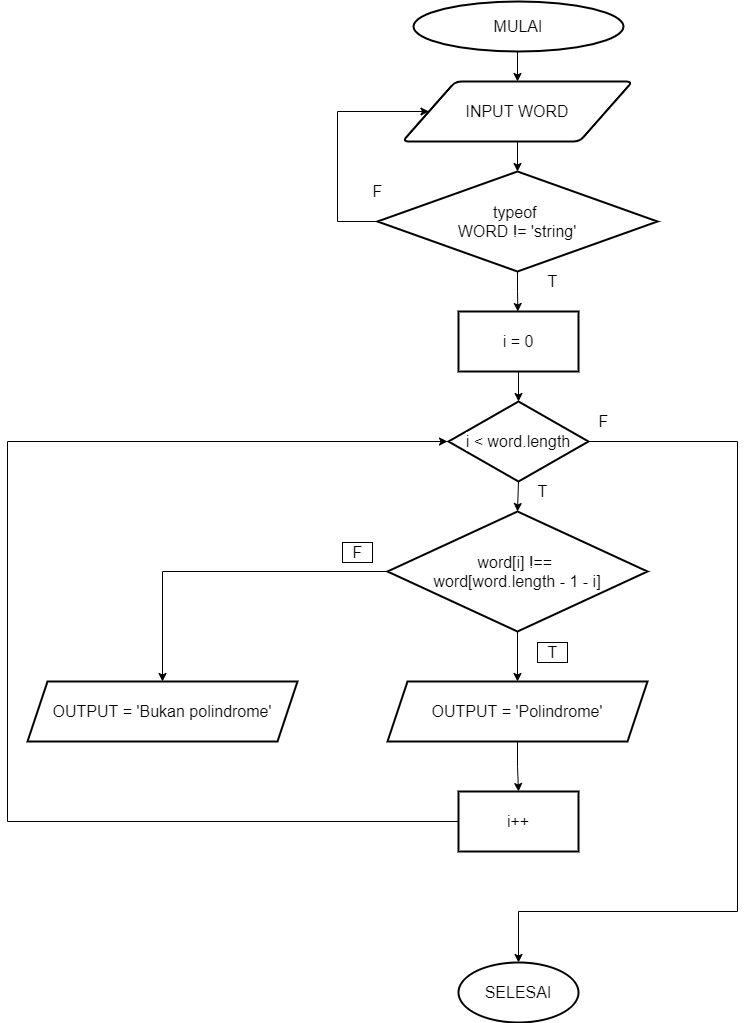
This is Flowchart-2-polindrome.png from dindachyfr/algorithm-flowchart, a draw.io export, as it was before one commit. Source tidied: cells renumbered, new cells last; positions are measured from the earlier drawing's top-left corner, leaving out a move shared by most shapes.
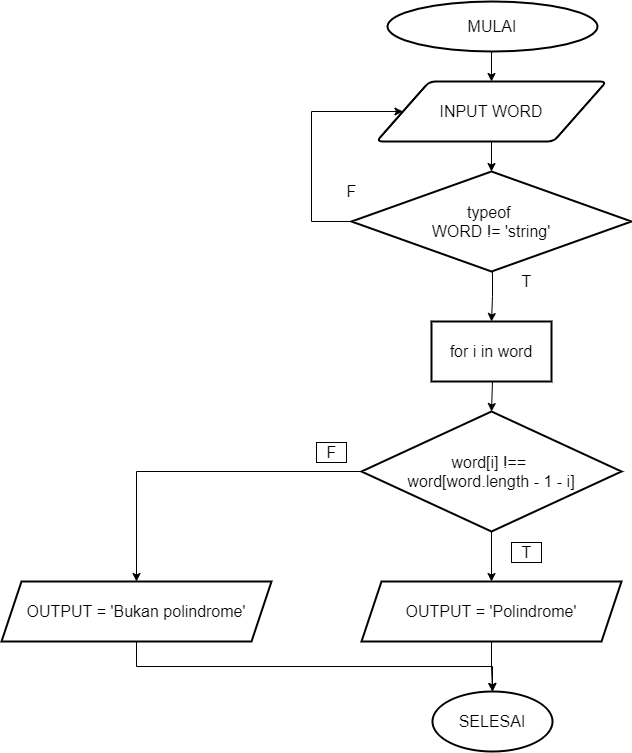
After the commit.

Change to the diagram source:
```diff
@@ -4,36 +4,31 @@
     <mxCell id="1" parent="0" />
     <mxCell id="2" style="edgeStyle=orthogonalEdgeStyle;rounded=0;orthogonalLoop=1;jettySize=auto;html=1;exitX=0.5;exitY=1;exitDx=0;exitDy=0;exitPerimeter=0;entryX=0.5;entryY=0;entryDx=0;entryDy=0;labelBackgroundColor=default;fontColor=default;strokeColor=default;" parent="1" edge="1">
       <mxGeometry relative="1" as="geometry">
-        <mxPoint x="520" y="50" as="sourcePoint" />
-        <mxPoint x="510" y="80" as="targetPoint" />
+        <mxPoint x="570" y="160" as="sourcePoint" />
+        <mxPoint x="560" y="190" as="targetPoint" />
       </mxGeometry>
     </mxCell>
     <mxCell id="3" value="&lt;font style=&quot;font-size: 16px&quot;&gt;MULAI&lt;/font&gt;" style="strokeWidth=2;html=1;shape=mxgraph.flowchart.start_2;whiteSpace=wrap;fillColor=default;strokeColor=default;fontColor=default;labelPadding=0;labelBackgroundColor=default;" parent="1" vertex="1">
-      <mxGeometry x="406" width="210" height="50" as="geometry" />
+      <mxGeometry x="456" y="110" width="210" height="50" as="geometry" />
     </mxCell>
     <mxCell id="4" style="edgeStyle=orthogonalEdgeStyle;rounded=0;jettySize=auto;html=1;exitX=0.5;exitY=1;exitDx=0;exitDy=0;entryX=0.5;entryY=0;entryDx=0;entryDy=0;labelBackgroundColor=default;fontColor=default;strokeColor=default;" parent="1" edge="1" source="5">
       <mxGeometry relative="1" as="geometry">
-        <mxPoint x="510" y="170" as="targetPoint" />
+        <mxPoint x="560" y="280" as="targetPoint" />
       </mxGeometry>
     </mxCell>
     <mxCell id="5" value="&lt;font style=&quot;font-size: 16px&quot;&gt;INPUT WORD&lt;/font&gt;" style="shape=parallelogram;html=1;strokeWidth=2;perimeter=parallelogramPerimeter;whiteSpace=wrap;rounded=1;arcSize=12;size=0.23;fontColor=default;fillColor=default;strokeColor=default;labelBackgroundColor=default;" parent="1" vertex="1">
-      <mxGeometry x="395" y="80" width="230" height="60" as="geometry" />
+      <mxGeometry x="445" y="190" width="230" height="60" as="geometry" />
     </mxCell>
     <mxCell id="6" style="edgeStyle=orthogonalEdgeStyle;rounded=0;jettySize=auto;html=1;exitX=0;exitY=0.5;exitDx=0;exitDy=0;exitPerimeter=0;entryX=0;entryY=0.5;entryDx=0;entryDy=0;fontSize=16;fontColor=default;strokeColor=default;labelBackgroundColor=default;" parent="1" edge="1" source="8" target="5">
       <mxGeometry relative="1" as="geometry">
         <Array as="points">
-          <mxPoint x="330" y="220" />
-          <mxPoint x="330" y="110" />
+          <mxPoint x="380" y="330" />
+          <mxPoint x="380" y="220" />
         </Array>
       </mxGeometry>
     </mxCell>
-    <mxCell id="7" style="edgeStyle=orthogonalEdgeStyle;rounded=0;jettySize=auto;html=1;exitX=0.5;exitY=1;exitDx=0;exitDy=0;exitPerimeter=0;labelBackgroundColor=default;fontSize=16;fontColor=default;strokeColor=default;" parent="1" edge="1" source="8">
-      <mxGeometry relative="1" as="geometry">
-        <mxPoint x="510.4" y="310" as="targetPoint" />
-      </mxGeometry>
-    </mxCell>
     <mxCell id="8" value="typeof &lt;br&gt;WORD != 'string'" style="strokeWidth=2;html=1;shape=mxgraph.flowchart.decision;whiteSpace=wrap;fontSize=16;fontColor=default;fillColor=default;strokeColor=default;labelBackgroundColor=default;" parent="1" vertex="1">
-      <mxGeometry x="370" y="170" width="280" height="100" as="geometry" />
+      <mxGeometry x="420" y="280" width="280" height="100" as="geometry" />
     </mxCell>
     <mxCell id="9" style="edgeStyle=orthogonalEdgeStyle;rounded=0;jettySize=auto;html=1;labelBackgroundColor=default;fontSize=16;fontColor=default;strokeColor=default;" parent="1" edge="1" source="11" target="13">
       <mxGeometry relative="1" as="geometry" />
@@ -42,70 +37,49 @@
       <mxGeometry relative="1" as="geometry" />
     </mxCell>
     <mxCell id="11" value="word[i] !== &lt;br&gt;word[word.length - 1 - i]" style="rhombus;whiteSpace=wrap;html=1;fontSize=16;strokeWidth=2;labelBackgroundColor=default;fillColor=default;strokeColor=default;fontColor=default;" parent="1" vertex="1">
-      <mxGeometry x="380" y="510" width="260" height="120" as="geometry" />
+      <mxGeometry x="430" y="520" width="260" height="120" as="geometry" />
     </mxCell>
-    <mxCell id="12" style="edgeStyle=orthogonalEdgeStyle;rounded=0;jettySize=auto;html=1;exitX=0.5;exitY=1;exitDx=0;exitDy=0;entryX=0.5;entryY=0;entryDx=0;entryDy=0;labelBackgroundColor=default;fontSize=16;fontColor=default;strokeColor=default;" parent="1" edge="1" source="13" target="15">
-      <mxGeometry relative="1" as="geometry" />
+    <mxCell id="12" style="edgeStyle=orthogonalEdgeStyle;rounded=0;jettySize=auto;html=1;exitX=0.5;exitY=1;exitDx=0;exitDy=0;entryX=0.5;entryY=0;entryDx=0;entryDy=0;labelBackgroundColor=default;fontSize=16;fontColor=default;strokeColor=default;" parent="1" edge="1" source="13">
+      <mxGeometry relative="1" as="geometry">
+        <mxPoint x="561" y="800" as="targetPoint" />
+      </mxGeometry>
     </mxCell>
     <mxCell id="13" value="OUTPUT = 'Polindrome'" style="shape=parallelogram;perimeter=parallelogramPerimeter;whiteSpace=wrap;html=1;fixedSize=1;fontSize=16;strokeWidth=2;labelBackgroundColor=default;fillColor=default;strokeColor=default;fontColor=default;" parent="1" vertex="1">
-      <mxGeometry x="380" y="680" width="260" height="60" as="geometry" />
+      <mxGeometry x="430" y="690" width="260" height="60" as="geometry" />
     </mxCell>
-    <mxCell id="14" style="edgeStyle=orthogonalEdgeStyle;rounded=0;jettySize=auto;html=1;exitX=0;exitY=0.5;exitDx=0;exitDy=0;labelBackgroundColor=default;fontSize=16;fontColor=default;strokeColor=default;" parent="1" edge="1" source="15">
-      <mxGeometry relative="1" as="geometry">
-        <mxPoint x="440" y="440" as="targetPoint" />
-        <Array as="points">
-          <mxPoint y="820" />
-          <mxPoint y="440" />
-        </Array>
-      </mxGeometry>
-    </mxCell>
-    <mxCell id="15" value="i++" style="whiteSpace=wrap;html=1;fontSize=16;strokeWidth=2;labelBackgroundColor=default;fillColor=default;strokeColor=default;fontColor=default;" parent="1" vertex="1">
-      <mxGeometry x="451" y="790" width="120" height="60" as="geometry" />
-    </mxCell>
-    <mxCell id="16" style="edgeStyle=orthogonalEdgeStyle;rounded=0;jettySize=auto;html=1;labelBackgroundColor=default;fontSize=16;fontColor=default;strokeColor=default;entryX=0.5;entryY=0;entryDx=0;entryDy=0;exitX=1;exitY=0.5;exitDx=0;exitDy=0;" parent="1" edge="1" source="18" target="19">
-      <mxGeometry relative="1" as="geometry">
-        <Array as="points">
-          <mxPoint x="730" y="440" />
-          <mxPoint x="730" y="910" />
-          <mxPoint x="511" y="910" />
-        </Array>
-      </mxGeometry>
-    </mxCell>
-    <mxCell id="17" style="edgeStyle=orthogonalEdgeStyle;rounded=0;jettySize=auto;html=1;exitX=0.5;exitY=1;exitDx=0;exitDy=0;entryX=0.5;entryY=0;entryDx=0;entryDy=0;labelBackgroundColor=default;fontSize=16;fontColor=default;strokeColor=default;" parent="1" edge="1" source="18" target="11">
-      <mxGeometry relative="1" as="geometry" />
+    <mxCell id="17" style="edgeStyle=orthogonalEdgeStyle;rounded=0;jettySize=auto;html=1;exitX=0.5;exitY=1;exitDx=0;exitDy=0;entryX=0.5;entryY=0;entryDx=0;entryDy=0;labelBackgroundColor=default;fontSize=16;fontColor=default;strokeColor=default;" parent="1" edge="1" target="11">
+      <mxGeometry relative="1" as="geometry">
+        <mxPoint x="561" y="490" as="sourcePoint" />
+      </mxGeometry>
     </mxCell>
-    <mxCell id="18" value="i &amp;lt; word.length" style="rhombus;whiteSpace=wrap;html=1;fontSize=16;strokeWidth=2;labelBackgroundColor=default;fillColor=default;strokeColor=default;fontColor=default;" parent="1" vertex="1">
-      <mxGeometry x="441" y="400" width="140" height="80" as="geometry" />
-    </mxCell>
     <mxCell id="19" value="SELESAI" style="ellipse;whiteSpace=wrap;html=1;fontSize=16;strokeWidth=2;labelBackgroundColor=default;fillColor=default;strokeColor=default;fontColor=default;" parent="1" vertex="1">
-      <mxGeometry x="451" y="961" width="120" height="60" as="geometry" />
+      <mxGeometry x="501" y="800" width="120" height="60" as="geometry" />
     </mxCell>
+    <mxCell id="29" style="edgeStyle=orthogonalEdgeStyle;rounded=0;jettySize=auto;html=1;exitX=0.5;exitY=1;exitDx=0;exitDy=0;entryX=0.5;entryY=0;entryDx=0;entryDy=0;" parent="1" edge="1" source="20" target="19">
+      <mxGeometry relative="1" as="geometry" />
+    </mxCell>
     <mxCell id="20" value="&lt;span&gt;OUTPUT = 'Bukan polindrome'&lt;/span&gt;" style="shape=parallelogram;perimeter=parallelogramPerimeter;whiteSpace=wrap;html=1;fixedSize=1;fontSize=16;strokeWidth=2;labelBackgroundColor=default;fillColor=default;strokeColor=default;fontColor=default;" parent="1" vertex="1">
-      <mxGeometry x="20" y="680" width="270" height="60" as="geometry" />
+      <mxGeometry x="70" y="690" width="270" height="60" as="geometry" />
     </mxCell>
     <mxCell id="21" value="F" style="text;html=1;align=center;verticalAlign=middle;fillColor=none;strokeColor=default;rounded=0;labelBackgroundColor=default;fontSize=16;fontColor=default;" parent="1" vertex="1">
-      <mxGeometry x="335" y="541" width="30" height="20" as="geometry" />
+      <mxGeometry x="385" y="551" width="30" height="20" as="geometry" />
     </mxCell>
-    <mxCell id="22" value="T" style="text;html=1;align=center;verticalAlign=middle;fillColor=none;strokeColor=none;rounded=0;labelBackgroundColor=default;fontSize=16;fontColor=default;" parent="1" vertex="1">
-      <mxGeometry x="520" y="480" width="30" height="20" as="geometry" />
-    </mxCell>
     <mxCell id="23" value="T" style="text;html=1;align=center;verticalAlign=middle;fillColor=none;strokeColor=default;rounded=0;labelBackgroundColor=default;fontSize=16;fontColor=default;" parent="1" vertex="1">
-      <mxGeometry x="530" y="641" width="30" height="20" as="geometry" />
+      <mxGeometry x="580" y="651" width="30" height="20" as="geometry" />
     </mxCell>
-    <mxCell id="24" value="F" style="text;html=1;align=center;verticalAlign=middle;fillColor=none;strokeColor=none;rounded=0;labelBackgroundColor=default;fontSize=16;fontColor=default;" parent="1" vertex="1">
-      <mxGeometry x="581" y="410" width="30" height="20" as="geometry" />
-    </mxCell>
-    <mxCell id="25" style="edgeStyle=orthogonalEdgeStyle;rounded=0;jettySize=auto;html=1;exitX=0.5;exitY=1;exitDx=0;exitDy=0;entryX=0.5;entryY=0;entryDx=0;entryDy=0;labelBackgroundColor=default;fontSize=16;fontColor=default;strokeColor=default;" parent="1" edge="1" source="26" target="18">
-      <mxGeometry relative="1" as="geometry" />
-    </mxCell>
-    <mxCell id="26" value="i = 0" style="whiteSpace=wrap;html=1;fontSize=16;strokeWidth=2;labelBackgroundColor=default;fillColor=default;strokeColor=default;fontColor=default;" parent="1" vertex="1">
-      <mxGeometry x="451" y="310" width="120" height="60" as="geometry" />
-    </mxCell>
+    <mxCell id="30" style="edgeStyle=orthogonalEdgeStyle;rounded=0;jettySize=auto;html=1;" parent="1" edge="1" target="31">
+      <mxGeometry relative="1" as="geometry">
+        <mxPoint x="561" y="380" as="sourcePoint" />
+      </mxGeometry>
+    </mxCell>
     <mxCell id="27" value="F" style="text;html=1;align=center;verticalAlign=middle;fillColor=none;strokeColor=none;rounded=0;labelBackgroundColor=default;fontSize=16;fontColor=default;" parent="1" vertex="1">
-      <mxGeometry x="355" y="180" width="30" height="20" as="geometry" />
+      <mxGeometry x="405" y="290" width="30" height="20" as="geometry" />
     </mxCell>
     <mxCell id="28" value="T" style="text;html=1;align=center;verticalAlign=middle;fillColor=none;strokeColor=none;rounded=0;labelBackgroundColor=default;fontSize=16;fontColor=default;" parent="1" vertex="1">
-      <mxGeometry x="530" y="270" width="30" height="20" as="geometry" />
+      <mxGeometry x="580" y="380" width="30" height="20" as="geometry" />
     </mxCell>
+    <mxCell id="31" value="for i in word" style="whiteSpace=wrap;html=1;fontSize=16;strokeWidth=2;labelBackgroundColor=default;fillColor=default;strokeColor=default;fontColor=default;" parent="1" vertex="1">
+      <mxGeometry x="500" y="430" width="120" height="60" as="geometry" />
+    </mxCell>
   </root>
 </mxGraphModel>
```
